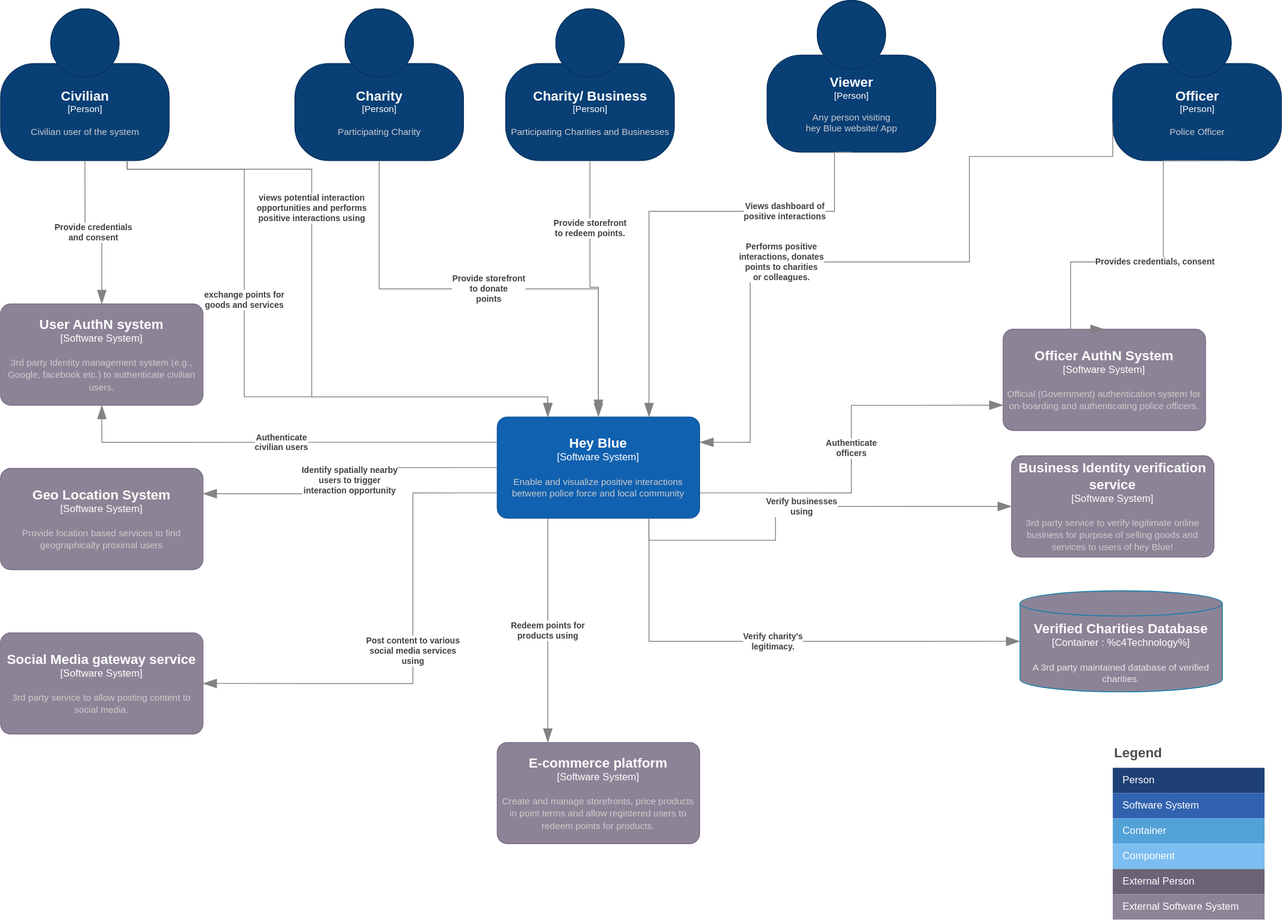
Earlier version of the draw.io export solution/system-context.drawio.svg (Just-A-Facade/kata-hey-blue). Source tidied: cells renumbered, new cells last; positions are measured from the earlier drawing's top-left corner, leaving out a move shared by most shapes.
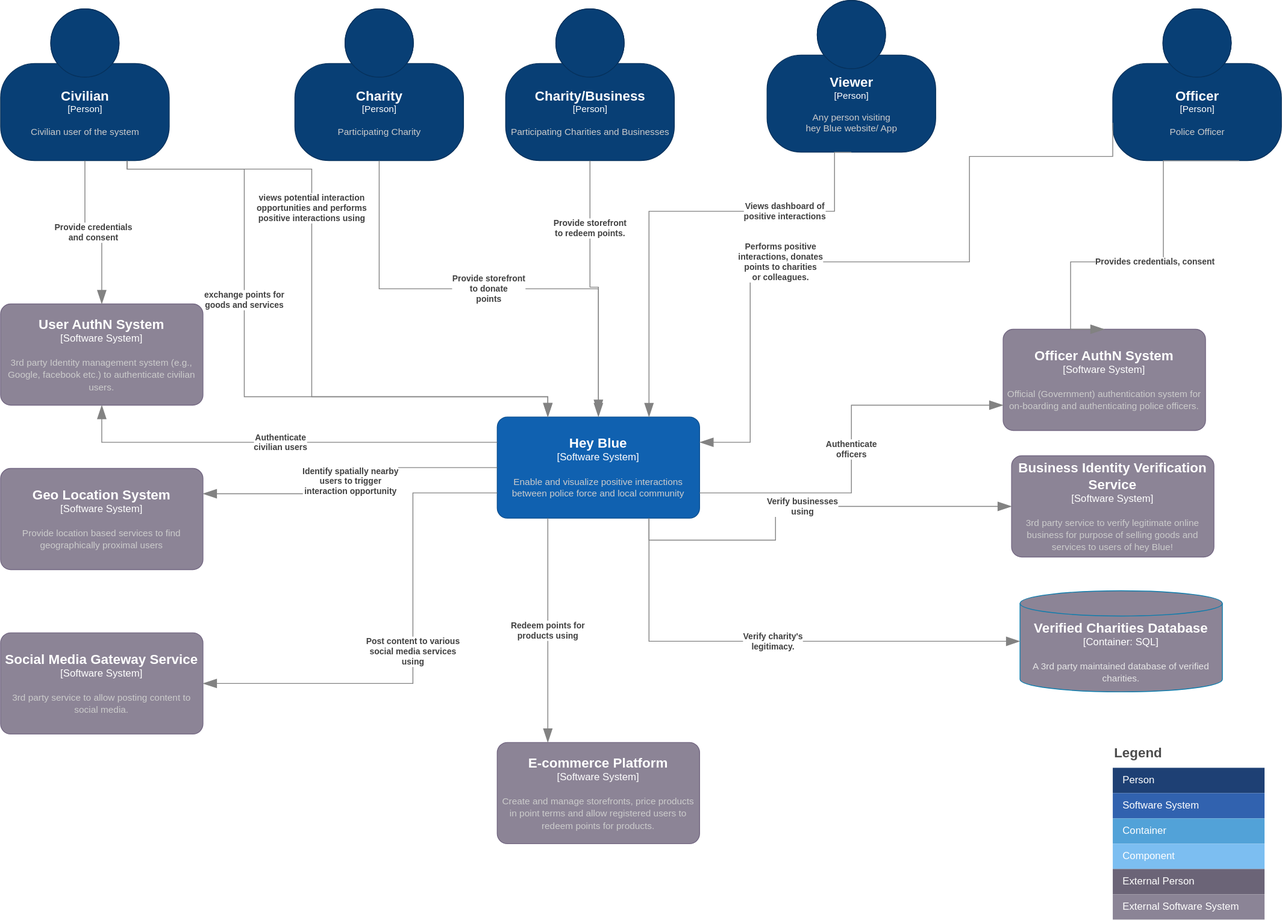
Later version of the same file.

The edit, as a diff of the source:
```diff
@@ -12,7 +12,7 @@
         <mxGeometry y="555" width="240" height="120" as="geometry" />
       </mxCell>
     </object>
-    <object id="4" label="&lt;font style=&quot;font-size: 16px&quot;&gt;&lt;b&gt;%c4Name%&lt;/b&gt;&lt;/font&gt;&lt;div&gt;[%c4Type%]&lt;/div&gt;&lt;br&gt;&lt;div&gt;&lt;font style=&quot;font-size: 11px&quot;&gt;&lt;font color=&quot;#cccccc&quot;&gt;%c4Description%&lt;/font&gt;&lt;/div&gt;" c4Description="3rd party Identity management system (e.g., Google, facebook etc.) to authenticate civilian users." c4Name="User AuthN system" c4Type="Software System" placeholders="1">
+    <object id="4" label="&lt;font style=&quot;font-size: 16px&quot;&gt;&lt;b&gt;%c4Name%&lt;/b&gt;&lt;/font&gt;&lt;div&gt;[%c4Type%]&lt;/div&gt;&lt;br&gt;&lt;div&gt;&lt;font style=&quot;font-size: 11px&quot;&gt;&lt;font color=&quot;#cccccc&quot;&gt;%c4Description%&lt;/font&gt;&lt;/div&gt;" c4Description="3rd party Identity management system (e.g., Google, facebook etc.) to authenticate civilian users." c4Name="User AuthN System" c4Type="Software System" placeholders="1">
       <mxCell style="rounded=1;whiteSpace=wrap;html=1;labelBackgroundColor=none;fillColor=#8C8496;fontColor=#ffffff;align=center;arcSize=10;strokeColor=#736782;points=[[0.25,0,0],[0.5,0,0],[0.75,0,0],[1,0.25,0],[1,0.5,0],[1,0.75,0],[0.75,1,0],[0.5,1,0],[0.25,1,0],[0,0.75,0],[0,0.5,0],[0,0.25,0]];" parent="1" vertex="1">
         <mxGeometry y="360" width="240" height="120" as="geometry" />
       </mxCell>
@@ -22,17 +22,17 @@
         <mxGeometry x="1189" y="390" width="240" height="120" as="geometry" />
       </mxCell>
     </object>
-    <object id="6" label="&lt;font style=&quot;font-size: 16px&quot;&gt;&lt;b&gt;%c4Name%&lt;/b&gt;&lt;/font&gt;&lt;div&gt;[%c4Type%]&lt;/div&gt;&lt;br&gt;&lt;div&gt;&lt;font style=&quot;font-size: 11px&quot;&gt;&lt;font color=&quot;#cccccc&quot;&gt;%c4Description%&lt;/font&gt;&lt;/div&gt;" c4Description="3rd party service to allow posting content to social media." c4Name="Social Media gateway service" c4Type="Software System" placeholders="1">
+    <object id="6" label="&lt;font style=&quot;font-size: 16px&quot;&gt;&lt;b&gt;%c4Name%&lt;/b&gt;&lt;/font&gt;&lt;div&gt;[%c4Type%]&lt;/div&gt;&lt;br&gt;&lt;div&gt;&lt;font style=&quot;font-size: 11px&quot;&gt;&lt;font color=&quot;#cccccc&quot;&gt;%c4Description%&lt;/font&gt;&lt;/div&gt;" c4Description="3rd party service to allow posting content to social media." c4Name="Social Media Gateway Service" c4Type="Software System" placeholders="1">
       <mxCell style="rounded=1;whiteSpace=wrap;html=1;labelBackgroundColor=none;fillColor=#8C8496;fontColor=#ffffff;align=center;arcSize=10;strokeColor=#736782;points=[[0.25,0,0],[0.5,0,0],[0.75,0,0],[1,0.25,0],[1,0.5,0],[1,0.75,0],[0.75,1,0],[0.5,1,0],[0.25,1,0],[0,0.75,0],[0,0.5,0],[0,0.25,0]];" parent="1" vertex="1">
         <mxGeometry y="750" width="240" height="120" as="geometry" />
       </mxCell>
     </object>
-    <object id="7" label="&lt;font style=&quot;font-size: 16px&quot;&gt;&lt;b&gt;%c4Name%&lt;/b&gt;&lt;/font&gt;&lt;div&gt;[%c4Type%]&lt;/div&gt;&lt;br&gt;&lt;div&gt;&lt;font style=&quot;font-size: 11px&quot;&gt;&lt;font color=&quot;#cccccc&quot;&gt;%c4Description%&lt;/font&gt;&lt;/div&gt;" c4Description="3rd party service to verify legitimate online business for purpose of selling goods and services to users of hey Blue!" c4Name="Business Identity verification service" c4Type="Software System" placeholders="1">
+    <object id="7" label="&lt;font style=&quot;font-size: 16px&quot;&gt;&lt;b&gt;%c4Name%&lt;/b&gt;&lt;/font&gt;&lt;div&gt;[%c4Type%]&lt;/div&gt;&lt;br&gt;&lt;div&gt;&lt;font style=&quot;font-size: 11px&quot;&gt;&lt;font color=&quot;#cccccc&quot;&gt;%c4Description%&lt;/font&gt;&lt;/div&gt;" c4Description="3rd party service to verify legitimate online business for purpose of selling goods and services to users of hey Blue!" c4Name="Business Identity Verification Service" c4Type="Software System" placeholders="1">
       <mxCell style="rounded=1;whiteSpace=wrap;html=1;labelBackgroundColor=none;fillColor=#8C8496;fontColor=#ffffff;align=center;arcSize=10;strokeColor=#736782;points=[[0.25,0,0],[0.5,0,0],[0.75,0,0],[1,0.25,0],[1,0.5,0],[1,0.75,0],[0.75,1,0],[0.5,1,0],[0.25,1,0],[0,0.75,0],[0,0.5,0],[0,0.25,0]];" parent="1" vertex="1">
         <mxGeometry x="1199" y="540" width="240" height="120" as="geometry" />
       </mxCell>
     </object>
-    <object id="8" label="&lt;font style=&quot;font-size: 16px&quot;&gt;&lt;b&gt;%c4Type%&lt;/font&gt;&lt;div&gt;[%c4Container%:&amp;nbsp;%c4Technology%]&lt;/div&gt;&lt;br&gt;&lt;div&gt;&lt;font style=&quot;font-size: 11px&quot;&gt;&lt;font color=&quot;#E6E6E6&quot;&gt;%c4Description%&lt;/font&gt;&lt;/div&gt;" c4Container="Container " c4Description="A 3rd party maintained database of verified charities." c4Type="Verified Charities Database" placeholders="1">
+    <object id="8" label="&lt;font style=&quot;font-size: 16px&quot;&gt;&lt;b&gt;%c4Type%&lt;/font&gt;&lt;div&gt;[%c4Container%:&amp;nbsp;%c4Technology%]&lt;/div&gt;&lt;br&gt;&lt;div&gt;&lt;font style=&quot;font-size: 11px&quot;&gt;&lt;font color=&quot;#E6E6E6&quot;&gt;%c4Description%&lt;/font&gt;&lt;/div&gt;" c4Container="Container" c4Description="A 3rd party maintained database of verified charities." c4Technology="SQL" c4Type="Verified Charities Database" placeholders="1">
       <mxCell style="shape=cylinder3;size=15;whiteSpace=wrap;html=1;boundedLbl=1;rounded=0;labelBackgroundColor=none;fillColor=#8C8496;fontSize=12;fontColor=#ffffff;align=center;strokeColor=#0E7DAD;points=[[0.5,0,0],[1,0.25,0],[1,0.5,0],[1,0.75,0],[0.5,1,0],[0,0.75,0],[0,0.5,0],[0,0.25,0]];" parent="1" vertex="1">
         <mxGeometry x="1209" y="700" width="240" height="120" as="geometry" />
       </mxCell>
@@ -194,7 +194,7 @@
     <mxCell id="33" value="External Software System" style="shape=partialRectangle;html=1;whiteSpace=wrap;fillColor=#8B8496;top=0;left=0;bottom=0;right=0;overflow=hidden;align=left;spacingLeft=10;fontColor=#FFFFFF;" parent="27" vertex="1">
       <mxGeometry y="150" width="180" height="30" as="geometry" />
     </mxCell>
-    <object id="34" label="&lt;font style=&quot;font-size: 16px&quot;&gt;&lt;b&gt;%c4Name%&lt;/b&gt;&lt;/font&gt;&lt;div&gt;[%c4Type%]&lt;/div&gt;&lt;br&gt;&lt;div&gt;&lt;font style=&quot;font-size: 11px&quot;&gt;&lt;font color=&quot;#cccccc&quot;&gt;%c4Description%&lt;/font&gt;&lt;/div&gt;" c4Description="Participating Charities and Businesses" c4Name="Charity/ Business" c4Type="Person" placeholders="1">
+    <object id="34" label="&lt;font style=&quot;font-size: 16px&quot;&gt;&lt;b&gt;%c4Name%&lt;/b&gt;&lt;/font&gt;&lt;div&gt;[%c4Type%]&lt;/div&gt;&lt;br&gt;&lt;div&gt;&lt;font style=&quot;font-size: 11px&quot;&gt;&lt;font color=&quot;#cccccc&quot;&gt;%c4Description%&lt;/font&gt;&lt;/div&gt;" c4Description="Participating Charities and Businesses" c4Name="Charity/Business" c4Type="Person" placeholders="1">
       <mxCell style="html=1;fontSize=11;dashed=0;whitespace=wrap;fillColor=#083F75;strokeColor=#06315C;fontColor=#ffffff;shape=mxgraph.c4.person2;align=center;points=[[0.5,0,0],[1,0.5,0],[1,0.75,0],[0.75,1,0],[0.5,1,0],[0.25,1,0],[0,0.75,0],[0,0.5,0]];" parent="1" vertex="1">
         <mxGeometry x="599" y="10" width="200" height="180" as="geometry" />
       </mxCell>
@@ -206,7 +206,7 @@
         </mxGeometry>
       </mxCell>
     </object>
-    <object id="36" label="&lt;font style=&quot;font-size: 16px&quot;&gt;&lt;b&gt;%c4Name%&lt;/b&gt;&lt;/font&gt;&lt;div&gt;[%c4Type%]&lt;/div&gt;&lt;br&gt;&lt;div&gt;&lt;font style=&quot;font-size: 11px&quot;&gt;&lt;font color=&quot;#cccccc&quot;&gt;%c4Description%&lt;/font&gt;&lt;/div&gt;" c4Description="Create and manage storefronts, price products in point terms and allow registered users to redeem points for products." c4Name="E-commerce platform" c4Type="Software System" placeholders="1">
+    <object id="36" label="&lt;font style=&quot;font-size: 16px&quot;&gt;&lt;b&gt;%c4Name%&lt;/b&gt;&lt;/font&gt;&lt;div&gt;[%c4Type%]&lt;/div&gt;&lt;br&gt;&lt;div&gt;&lt;font style=&quot;font-size: 11px&quot;&gt;&lt;font color=&quot;#cccccc&quot;&gt;%c4Description%&lt;/font&gt;&lt;/div&gt;" c4Description="Create and manage storefronts, price products in point terms and allow registered users to redeem points for products." c4Name="E-commerce Platform" c4Type="Software System" placeholders="1">
       <mxCell style="rounded=1;whiteSpace=wrap;html=1;labelBackgroundColor=none;fillColor=#8C8496;fontColor=#ffffff;align=center;arcSize=10;strokeColor=#736782;points=[[0.25,0,0],[0.5,0,0],[0.75,0,0],[1,0.25,0],[1,0.5,0],[1,0.75,0],[0.75,1,0],[0.5,1,0],[0.25,1,0],[0,0.75,0],[0,0.5,0],[0,0.25,0]];" parent="1" vertex="1">
         <mxGeometry x="589" y="880" width="240" height="120" as="geometry" />
       </mxCell>
```
